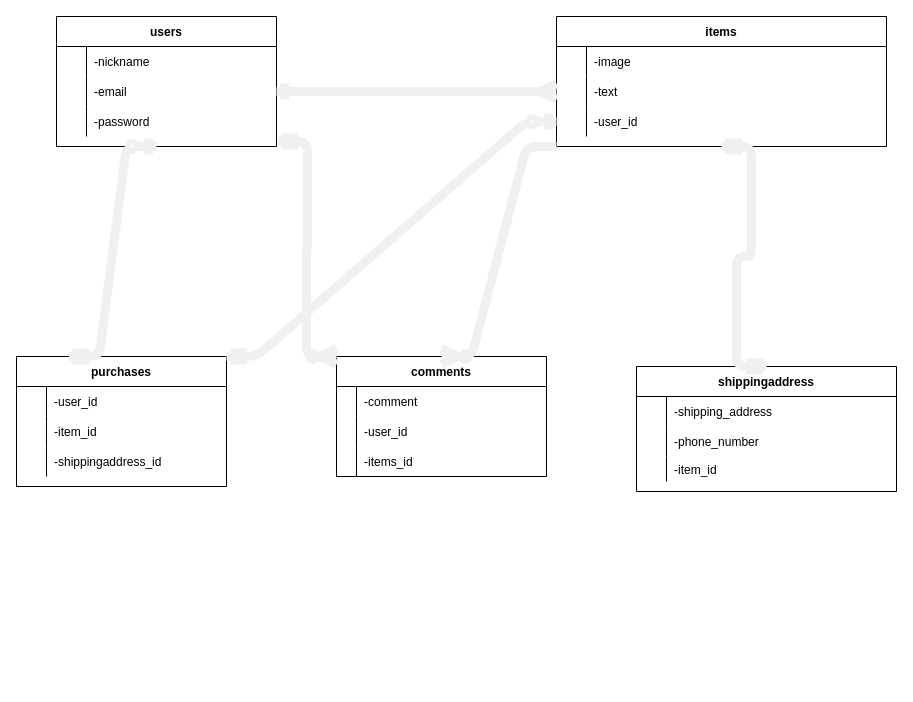
This is test.dio from tomo18350110/furima-31697, a draw.io file, before an edit. Source tidied: cells renumbered, new cells numbered last; positions are measured from the earlier drawing's top-left corner, leaving out a move shared by most shapes. Both pictures are drawn from the tidied source at 100%, with x=0, y=0 at pixel (16, 16).
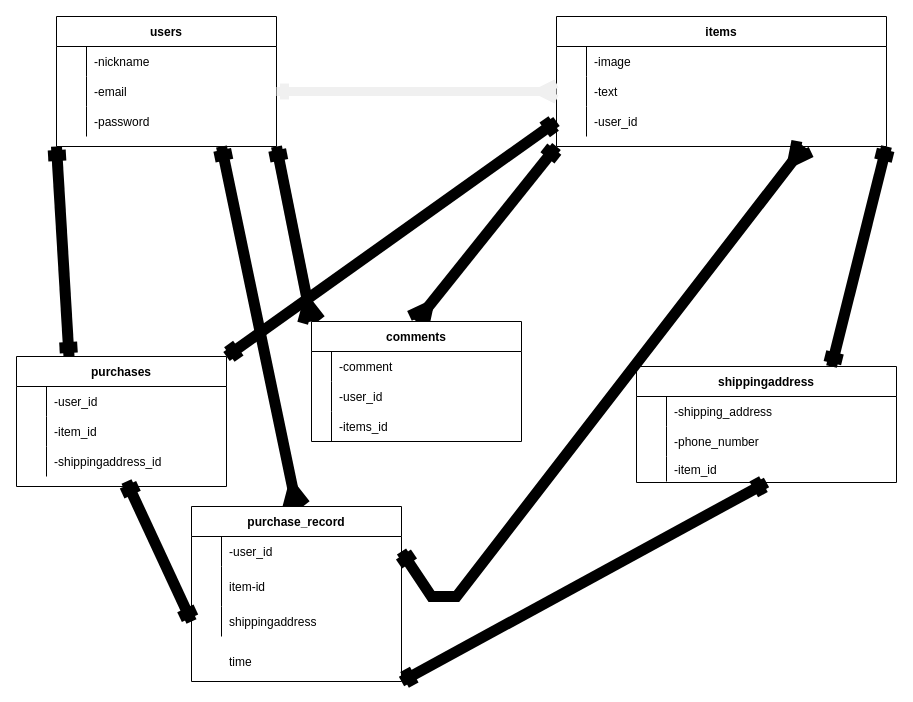
Above is the later version.

Commit message (it also covers changes not shown here):
テーブル設計

Unchanged cells that the change refers to:
```xml
<mxCell id="2" value="users" style="shape=table;startSize=30;childLayout=tableLayout;rowLines=0;fontStyle=1;align=center;" parent="1" vertex="1">
  <mxGeometry x="40" width="220" height="130" as="geometry" />
</mxCell>
<mxCell id="9" style="shape=partialRectangle;fillColor=none;top=0;left=0;bottom=0;right=0;points=[[0,0.5],[1,0.5]];portConstraint=eastwest;" parent="2" vertex="1">
  <mxGeometry y="90" width="220" height="30" as="geometry" />
</mxCell>
<mxCell id="12" value="purchases" style="shape=table;startSize=30;childLayout=tableLayout;rowLines=0;fontStyle=1;align=center;" parent="1" vertex="1">
  <mxGeometry y="340" width="210" height="130" as="geometry" />
</mxCell>
<mxCell id="43" value="items" style="shape=table;startSize=30;childLayout=tableLayout;rowLines=0;fontStyle=1;align=center;" parent="1" vertex="1">
  <mxGeometry x="540" width="330" height="130" as="geometry" />
</mxCell>
<mxCell id="50" style="shape=partialRectangle;fillColor=none;top=0;left=0;bottom=0;right=0;points=[[0,0.5],[1,0.5]];portConstraint=eastwest;" parent="43" vertex="1">
  <mxGeometry y="90" width="330" height="30" as="geometry" />
</mxCell>
```

Diff of the diagram source:
```diff
@@
+    <mxCell id="59" style="edgeStyle=none;rounded=0;jettySize=auto;html=1;exitX=1;exitY=1;exitDx=0;exitDy=0;entryX=0;entryY=0;entryDx=0;entryDy=0;startArrow=ERone;startFill=0;endArrow=ERmany;endFill=0;strokeWidth=11;" parent="1" edge="1" source="2" target="32">
+      <mxGeometry relative="1" as="geometry" />
+    </mxCell>
+    <mxCell id="60" style="edgeStyle=none;rounded=0;jettySize=auto;html=1;exitX=0;exitY=1;exitDx=0;exitDy=0;entryX=0.25;entryY=0;entryDx=0;entryDy=0;startArrow=ERone;startFill=0;endArrow=ERone;endFill=0;strokeWidth=11;" parent="1" edge="1" source="2" target="12">
+      <mxGeometry relative="1" as="geometry" />
+    </mxCell>
@@
     <mxCell id="22" value="shippingaddress" style="shape=table;startSize=30;childLayout=tableLayout;rowLines=0;fontStyle=1;align=center;" parent="1" vertex="1">
-      <mxGeometry x="620" y="350" width="260" height="125" as="geometry" />
+      <mxGeometry x="620" y="350" width="260" height="116" as="geometry" />
     </mxCell>
@@
-    <mxCell id="32" value="comments" style="shape=table;startSize=30;childLayout=tableLayout;rowLines=0;fontStyle=1;align=center;" parent="1" vertex="1">
-      <mxGeometry x="320" y="340" width="210" height="120" as="geometry" />
-    </mxCell>
-    <mxCell id="33" style="shape=partialRectangle;fillColor=none;top=0;left=0;bottom=0;right=0;" parent="32" vertex="1">
-      <mxGeometry y="30" width="210" height="30" as="geometry" />
-    </mxCell>
-    <mxCell id="34" style="shape=partialRectangle;fillColor=none;top=0;left=0;bottom=0;right=0;overflow=hidden;" parent="33" vertex="1">
-      <mxGeometry width="20" height="30" as="geometry" />
-    </mxCell>
-    <mxCell id="35" value="-comment" style="shape=partialRectangle;fillColor=none;top=0;left=0;bottom=0;right=0;align=left;spacingLeft=6;overflow=hidden;" parent="33" vertex="1">
-      <mxGeometry x="20" width="190" height="30" as="geometry" />
-    </mxCell>
-    <mxCell id="36" style="shape=partialRectangle;fillColor=none;top=0;left=0;bottom=0;right=0;" parent="32" vertex="1">
-      <mxGeometry y="60" width="210" height="30" as="geometry" />
-    </mxCell>
-    <mxCell id="37" style="shape=partialRectangle;fillColor=none;top=0;left=0;bottom=0;right=0;overflow=hidden;" parent="36" vertex="1">
-      <mxGeometry width="20" height="30" as="geometry" />
-    </mxCell>
-    <mxCell id="38" value="-user_id" style="shape=partialRectangle;fillColor=none;top=0;left=0;bottom=0;right=0;align=left;spacingLeft=6;overflow=hidden;" parent="36" vertex="1">
-      <mxGeometry x="20" width="190" height="30" as="geometry" />
-    </mxCell>
-    <mxCell id="39" style="shape=partialRectangle;fillColor=none;top=0;left=0;bottom=0;right=0;" parent="32" vertex="1">
-      <mxGeometry y="90" width="210" height="30" as="geometry" />
-    </mxCell>
-    <mxCell id="40" style="shape=partialRectangle;fillColor=none;top=0;left=0;bottom=0;right=0;overflow=hidden;" parent="39" vertex="1">
-      <mxGeometry width="20" height="30" as="geometry" />
-    </mxCell>
-    <mxCell id="41" value="-items_id" style="shape=partialRectangle;fillColor=none;top=0;left=0;bottom=0;right=0;align=left;spacingLeft=6;overflow=hidden;" parent="39" vertex="1">
-      <mxGeometry x="20" width="190" height="30" as="geometry" />
-    </mxCell>
@@
+    <mxCell id="56" style="edgeStyle=none;rounded=0;jettySize=auto;html=1;exitX=0;exitY=1;exitDx=0;exitDy=0;entryX=0.5;entryY=0;entryDx=0;entryDy=0;startArrow=ERone;startFill=0;endArrow=ERmany;endFill=0;strokeWidth=11;" parent="1" edge="1" source="43" target="32">
+      <mxGeometry relative="1" as="geometry" />
+    </mxCell>
+    <mxCell id="61" style="edgeStyle=none;rounded=0;jettySize=auto;html=1;exitX=1;exitY=1;exitDx=0;exitDy=0;entryX=0.75;entryY=0;entryDx=0;entryDy=0;startArrow=ERone;startFill=0;endArrow=ERone;endFill=0;strokeWidth=11;" parent="1" edge="1" source="43" target="22">
+      <mxGeometry relative="1" as="geometry" />
+    </mxCell>
@@
-    <mxCell id="54" style="edgeStyle=entityRelationEdgeStyle;fontSize=12;html=1;endArrow=ERmandOne;startArrow=ERmandOne;strokeColor=#f0f0f0;strokeWidth=9;entryX=0.5;entryY=1;entryDx=0;entryDy=0;exitX=0.5;exitY=0;exitDx=0;exitDy=0;" parent="1" edge="1" source="22" target="43">
-      <mxGeometry relative="1" as="geometry" />
-    </mxCell>
-    <mxCell id="55" style="edgeStyle=entityRelationEdgeStyle;fontSize=12;html=1;endArrow=ERzeroToOne;startArrow=ERmandOne;strokeColor=#f0f0f0;strokeWidth=9;exitX=0.25;exitY=0;exitDx=0;exitDy=0;" parent="1" edge="1" source="12">
-      <mxGeometry relative="1" as="geometry">
-        <mxPoint x="140" y="130" as="targetPoint" />
-      </mxGeometry>
-    </mxCell>
-    <mxCell id="56" style="edgeStyle=entityRelationEdgeStyle;fontSize=12;html=1;endArrow=ERzeroToMany;endFill=1;strokeColor=#f0f0f0;strokeWidth=9;exitX=0;exitY=1;exitDx=0;exitDy=0;entryX=0.5;entryY=0;entryDx=0;entryDy=0;" parent="1" edge="1" source="43" target="32">
-      <mxGeometry relative="1" as="geometry" />
-    </mxCell>
-    <mxCell id="57" style="edgeStyle=entityRelationEdgeStyle;fontSize=12;html=1;endArrow=ERzeroToOne;startArrow=ERmandOne;strokeColor=#f0f0f0;strokeWidth=9;exitX=1;exitY=0;exitDx=0;exitDy=0;" parent="1" edge="1" source="12" target="50">
-      <mxGeometry relative="1" as="geometry" />
-    </mxCell>
-    <mxCell id="58" style="edgeStyle=entityRelationEdgeStyle;fontSize=12;html=1;endArrow=ERzeroToMany;startArrow=ERmandOne;strokeColor=#f0f0f0;strokeWidth=9;exitX=1.005;exitY=1.167;exitDx=0;exitDy=0;exitPerimeter=0;entryX=0;entryY=0;entryDx=0;entryDy=0;" parent="1" edge="1" source="9" target="32">
-      <mxGeometry relative="1" as="geometry" />
-    </mxCell>
+    <mxCell id="62" style="rounded=0;jettySize=auto;html=1;exitX=0.75;exitY=1;exitDx=0;exitDy=0;entryX=0.5;entryY=0;entryDx=0;entryDy=0;startArrow=ERone;startFill=0;endArrow=ERmany;endFill=0;strokeWidth=11;" parent="1" edge="1" source="2" target="67">
+      <mxGeometry relative="1" as="geometry" />
+    </mxCell>
+    <mxCell id="63" style="edgeStyle=none;rounded=0;jettySize=auto;html=1;exitX=1;exitY=0.5;exitDx=0;exitDy=0;entryX=0.75;entryY=1;entryDx=0;entryDy=0;startArrow=ERone;startFill=0;endArrow=ERmany;endFill=0;strokeWidth=11;" parent="1" edge="1" source="68" target="43">
+      <mxGeometry relative="1" as="geometry">
+        <Array as="points">
+          <mxPoint x="415" y="580" />
+          <mxPoint x="440" y="580" />
+        </Array>
+      </mxGeometry>
+    </mxCell>
+    <mxCell id="64" style="edgeStyle=none;rounded=0;jettySize=auto;html=1;exitX=0;exitY=0.5;exitDx=0;exitDy=0;entryX=1;entryY=0;entryDx=0;entryDy=0;startArrow=ERone;startFill=0;endArrow=ERone;endFill=0;strokeWidth=11;" parent="1" edge="1" source="50" target="12">
+      <mxGeometry relative="1" as="geometry" />
+    </mxCell>
+    <mxCell id="65" value="time" style="shape=partialRectangle;fillColor=none;top=0;left=0;bottom=0;right=0;align=left;spacingLeft=6;overflow=hidden;" parent="1" vertex="1">
+      <mxGeometry x="205" y="630" width="180" height="30" as="geometry" />
+    </mxCell>
+    <mxCell id="66" style="edgeStyle=none;rounded=0;jettySize=auto;html=1;exitX=1;exitY=1;exitDx=0;exitDy=0;entryX=0.5;entryY=1;entryDx=0;entryDy=0;startArrow=ERone;startFill=0;endArrow=ERone;endFill=0;strokeWidth=11;" parent="1" edge="1" source="67" target="22">
+      <mxGeometry relative="1" as="geometry" />
+    </mxCell>
+    <mxCell id="67" value="purchase_record" style="shape=table;startSize=30;childLayout=tableLayout;rowLines=0;fontStyle=1;align=center;" parent="1" vertex="1">
+      <mxGeometry x="175" y="490" width="210" height="175" as="geometry" />
+    </mxCell>
+    <mxCell id="68" style="shape=partialRectangle;fillColor=none;top=0;left=0;bottom=0;right=0;points=[[0,0.5],[1,0.5]];portConstraint=eastwest;" parent="67" vertex="1">
+      <mxGeometry y="30" width="210" height="30" as="geometry" />
+    </mxCell>
+    <mxCell id="69" style="shape=partialRectangle;fillColor=none;top=0;left=0;bottom=0;right=0;overflow=hidden;" parent="68" vertex="1">
+      <mxGeometry width="30" height="30" as="geometry" />
+    </mxCell>
+    <mxCell id="70" value="-user_id" style="shape=partialRectangle;fillColor=none;top=0;left=0;bottom=0;right=0;align=left;spacingLeft=6;overflow=hidden;" parent="68" vertex="1">
+      <mxGeometry x="30" width="180" height="30" as="geometry" />
+    </mxCell>
+    <mxCell id="71" style="shape=partialRectangle;fillColor=none;top=0;left=0;bottom=0;right=0;" parent="67" vertex="1">
+      <mxGeometry y="60" width="210" height="40" as="geometry" />
+    </mxCell>
+    <mxCell id="72" style="shape=partialRectangle;fillColor=none;top=0;left=0;bottom=0;right=0;overflow=hidden;" parent="71" vertex="1">
+      <mxGeometry width="30" height="40" as="geometry" />
+    </mxCell>
+    <mxCell id="73" value="item-id" style="shape=partialRectangle;fillColor=none;top=0;left=0;bottom=0;right=0;align=left;spacingLeft=6;overflow=hidden;" parent="71" vertex="1">
+      <mxGeometry x="30" width="180" height="40" as="geometry" />
+    </mxCell>
+    <mxCell id="74" style="shape=partialRectangle;fillColor=none;top=0;left=0;bottom=0;right=0;points=[[0,0.5],[1,0.5]];portConstraint=eastwest;" parent="67" vertex="1">
+      <mxGeometry y="100" width="210" height="30" as="geometry" />
+    </mxCell>
+    <mxCell id="75" style="shape=partialRectangle;fillColor=none;top=0;left=0;bottom=0;right=0;overflow=hidden;" parent="74" vertex="1">
+      <mxGeometry width="30" height="30" as="geometry" />
+    </mxCell>
+    <mxCell id="76" value="shippingaddress" style="shape=partialRectangle;fillColor=none;top=0;left=0;bottom=0;right=0;align=left;spacingLeft=6;overflow=hidden;" parent="74" vertex="1">
+      <mxGeometry x="30" width="180" height="30" as="geometry" />
+    </mxCell>
+    <mxCell id="77" style="edgeStyle=none;rounded=0;jettySize=auto;html=1;exitX=0;exitY=1;exitDx=0;exitDy=0;entryX=0;entryY=0.5;entryDx=0;entryDy=0;startArrow=ERone;startFill=0;endArrow=ERone;endFill=0;strokeWidth=11;" parent="1" edge="1" target="74">
+      <mxGeometry relative="1" as="geometry">
+        <mxPoint x="110" y="465" as="sourcePoint" />
+      </mxGeometry>
+    </mxCell>
+    <mxCell id="32" value="comments" style="shape=table;startSize=30;childLayout=tableLayout;rowLines=0;fontStyle=1;align=center;" parent="1" vertex="1">
+      <mxGeometry x="295" y="305" width="210" height="120" as="geometry" />
+    </mxCell>
+    <mxCell id="33" style="shape=partialRectangle;fillColor=none;top=0;left=0;bottom=0;right=0;" parent="32" vertex="1">
+      <mxGeometry y="30" width="210" height="30" as="geometry" />
+    </mxCell>
+    <mxCell id="34" style="shape=partialRectangle;fillColor=none;top=0;left=0;bottom=0;right=0;overflow=hidden;" parent="33" vertex="1">
+      <mxGeometry width="20" height="30" as="geometry" />
+    </mxCell>
+    <mxCell id="35" value="-comment" style="shape=partialRectangle;fillColor=none;top=0;left=0;bottom=0;right=0;align=left;spacingLeft=6;overflow=hidden;" parent="33" vertex="1">
+      <mxGeometry x="20" width="190" height="30" as="geometry" />
+    </mxCell>
+    <mxCell id="36" style="shape=partialRectangle;fillColor=none;top=0;left=0;bottom=0;right=0;" parent="32" vertex="1">
+      <mxGeometry y="60" width="210" height="30" as="geometry" />
+    </mxCell>
+    <mxCell id="37" style="shape=partialRectangle;fillColor=none;top=0;left=0;bottom=0;right=0;overflow=hidden;" parent="36" vertex="1">
+      <mxGeometry width="20" height="30" as="geometry" />
+    </mxCell>
+    <mxCell id="38" value="-user_id" style="shape=partialRectangle;fillColor=none;top=0;left=0;bottom=0;right=0;align=left;spacingLeft=6;overflow=hidden;" parent="36" vertex="1">
+      <mxGeometry x="20" width="190" height="30" as="geometry" />
+    </mxCell>
+    <mxCell id="39" style="shape=partialRectangle;fillColor=none;top=0;left=0;bottom=0;right=0;" parent="32" vertex="1">
+      <mxGeometry y="90" width="210" height="30" as="geometry" />
+    </mxCell>
+    <mxCell id="40" style="shape=partialRectangle;fillColor=none;top=0;left=0;bottom=0;right=0;overflow=hidden;" parent="39" vertex="1">
+      <mxGeometry width="20" height="30" as="geometry" />
+    </mxCell>
+    <mxCell id="41" value="-items_id" style="shape=partialRectangle;fillColor=none;top=0;left=0;bottom=0;right=0;align=left;spacingLeft=6;overflow=hidden;" parent="39" vertex="1">
+      <mxGeometry x="20" width="190" height="30" as="geometry" />
+    </mxCell>
```
